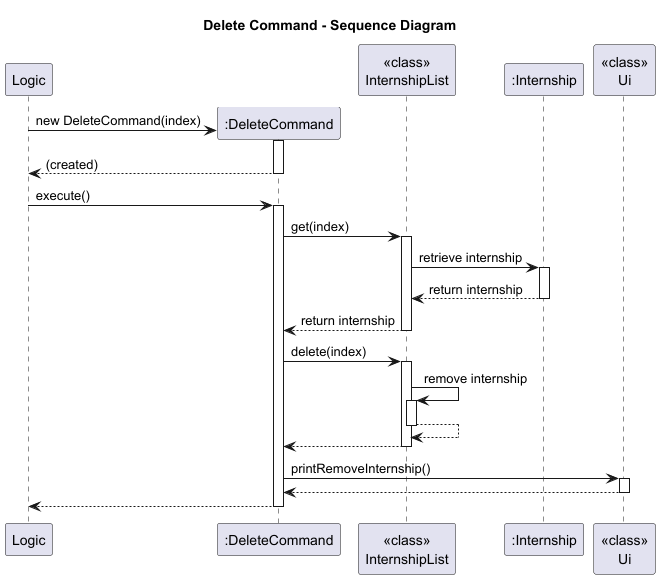
This is docs/diagrams/DeleteCommandSD.png from AY2526S1-CS2113-W14-4/tp, a PlantUML export, as it was before one commit. Its diagram source:
```plantuml
@startuml
title Delete Command - Sequence Diagram

participant Logic
create ":DeleteCommand" as DC
participant "<<class>>\nInternshipList" as IL
participant ":Internship" as Intern
participant "<<class>>\nUi" as UI

Logic -> DC**: new DeleteCommand(index)
activate DC
return (created)
deactivate DC

Logic -> DC: execute()
activate DC

DC -> IL: get(index)
activate IL
IL -> Intern: retrieve internship
activate Intern
Intern --> IL: return internship
deactivate Intern
IL --> DC: return internship
deactivate IL

DC -> IL: delete(index)
activate IL
IL -> IL:  remove internship
activate IL
IL --> IL
deactivate IL
IL --> DC
deactivate IL

DC -> UI: printRemoveInternship()
activate UI
UI --> DC
deactivate UI


DC --> Logic
deactivate DC

@enduml
```
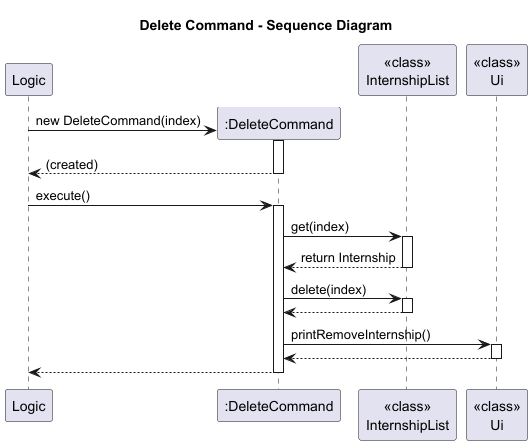
The same file after the commit.

Diff of the diagram source:
```diff
@@ -4,7 +4,6 @@
 participant Logic
 create ":DeleteCommand" as DC
 participant "<<class>>\nInternshipList" as IL
-participant ":Internship" as Intern
 participant "<<class>>\nUi" as UI
 
 Logic -> DC**: new DeleteCommand(index)
@@ -17,19 +16,12 @@
 
 DC -> IL: get(index)
 activate IL
-IL -> Intern: retrieve internship
-activate Intern
-Intern --> IL: return internship
-deactivate Intern
-IL --> DC: return internship
+IL --> DC: return Internship
 deactivate IL
 
 DC -> IL: delete(index)
 activate IL
-IL -> IL:  remove internship
-activate IL
-IL --> IL
-deactivate IL
+
 IL --> DC
 deactivate IL
 
```
